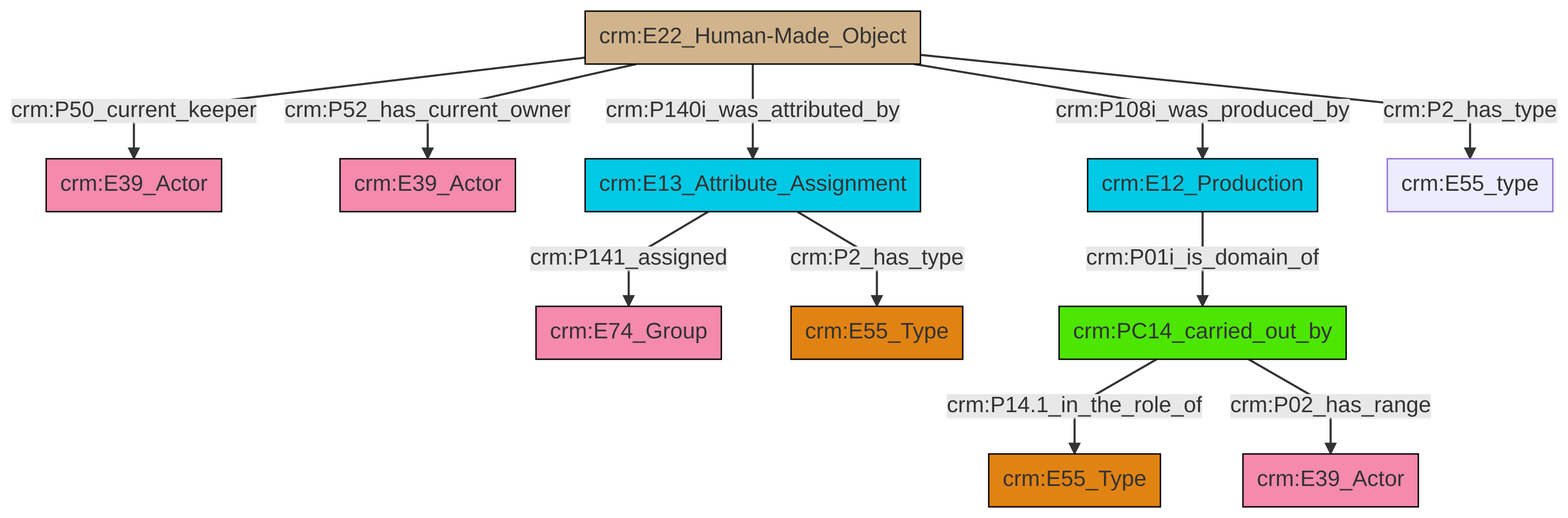
Earlier version of the Mermaid export et/artworkCSV/ttl/mmd/png/Artwork_Actor_Relations.png (swiss-art-research-net/docs.swissartresearch). Its source is kept beside it as et/artworkCSV/ttl/mmd/Artwork_Actor_Relations.ttl.mmd.
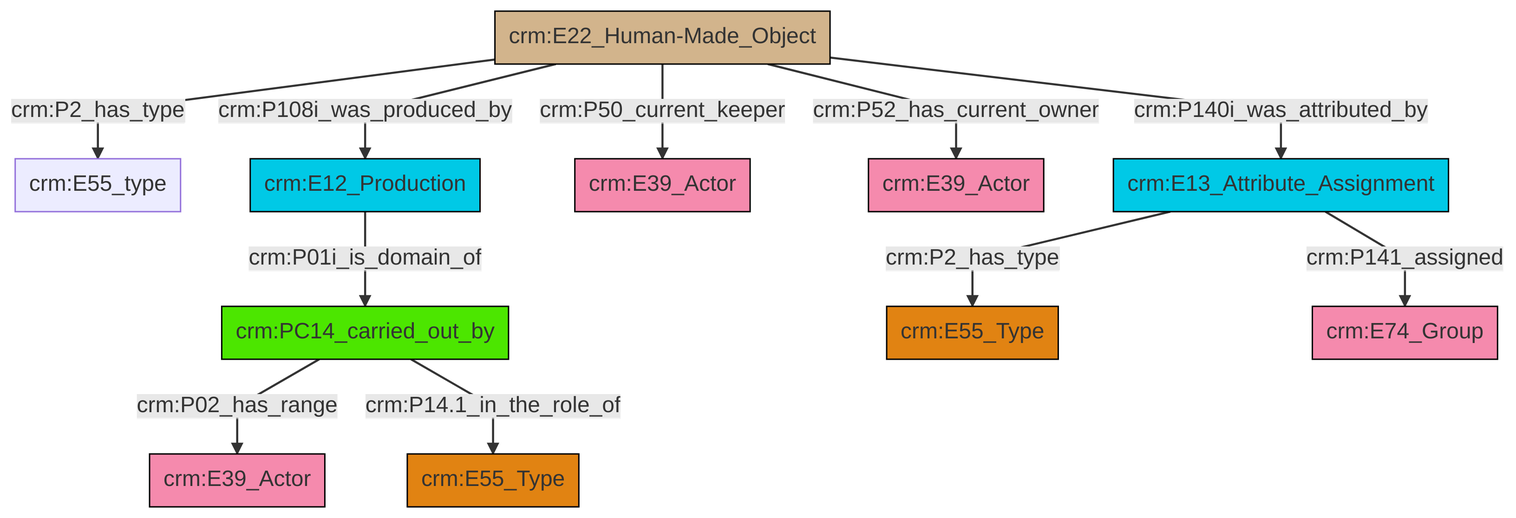
After the commit.

What changed in the source:
```diff
@@ -13,13 +13,13 @@
 classDef PC_Classes fill:#4ce600, stroke:#000000;
 classDef Multi fill:#cccccc,stroke:#000000;
 
-0["crm:E22_Human-Made_Object"]:::Physical_Thing -->|crm:P50_current_keeper| 1["crm:E39_Actor"]:::Actor
-11["crm:E13_Attribute_Assignment"]:::Temporal_Entity -->|crm:P141_assigned| 12["crm:E74_Group"]:::Actor
-11["crm:E13_Attribute_Assignment"]:::Temporal_Entity -->|crm:P2_has_type| 3["crm:E55_Type"]:::Type
-0["crm:E22_Human-Made_Object"]:::Physical_Thing -->|crm:P52_has_current_owner| 13["crm:E39_Actor"]:::Actor
-0["crm:E22_Human-Made_Object"]:::Physical_Thing -->|crm:P140i_was_attributed_by| 11["crm:E13_Attribute_Assignment"]:::Temporal_Entity
-14["crm:E12_Production"]:::Temporal_Entity -->|crm:P01i_is_domain_of| 7["crm:PC14_carried_out_by"]:::PC_Classes
-0["crm:E22_Human-Made_Object"]:::Physical_Thing -->|crm:P108i_was_produced_by| 14["crm:E12_Production"]:::Temporal_Entity
-7["crm:PC14_carried_out_by"]:::PC_Classes -->|crm:P14.1_in_the_role_of| 20["crm:E55_Type"]:::Type
-7["crm:PC14_carried_out_by"]:::PC_Classes -->|crm:P02_has_range| 5["crm:E39_Actor"]:::Actor
-0["crm:E22_Human-Made_Object"]:::Physical_Thing -->|crm:P2_has_type| 9["crm:E55_type"]:::Default
+2["crm:PC14_carried_out_by"]:::PC_Classes -->|crm:P02_has_range| 3["crm:E39_Actor"]:::Actor
+2["crm:PC14_carried_out_by"]:::PC_Classes -->|crm:P14.1_in_the_role_of| 6["crm:E55_Type"]:::Type
+13["crm:E22_Human-Made_Object"]:::Physical_Thing -->|crm:P2_has_type| 9["crm:E55_type"]:::Default
+13["crm:E22_Human-Made_Object"]:::Physical_Thing -->|crm:P108i_was_produced_by| 4["crm:E12_Production"]:::Temporal_Entity
+13["crm:E22_Human-Made_Object"]:::Physical_Thing -->|crm:P50_current_keeper| 14["crm:E39_Actor"]:::Actor
+4["crm:E12_Production"]:::Temporal_Entity -->|crm:P01i_is_domain_of| 2["crm:PC14_carried_out_by"]:::PC_Classes
+13["crm:E22_Human-Made_Object"]:::Physical_Thing -->|crm:P52_has_current_owner| 11["crm:E39_Actor"]:::Actor
+13["crm:E22_Human-Made_Object"]:::Physical_Thing -->|crm:P140i_was_attributed_by| 19["crm:E13_Attribute_Assignment"]:::Temporal_Entity
+19["crm:E13_Attribute_Assignment"]:::Temporal_Entity -->|crm:P2_has_type| 17["crm:E55_Type"]:::Type
+19["crm:E13_Attribute_Assignment"]:::Temporal_Entity -->|crm:P141_assigned| 0["crm:E74_Group"]:::Actor
```
